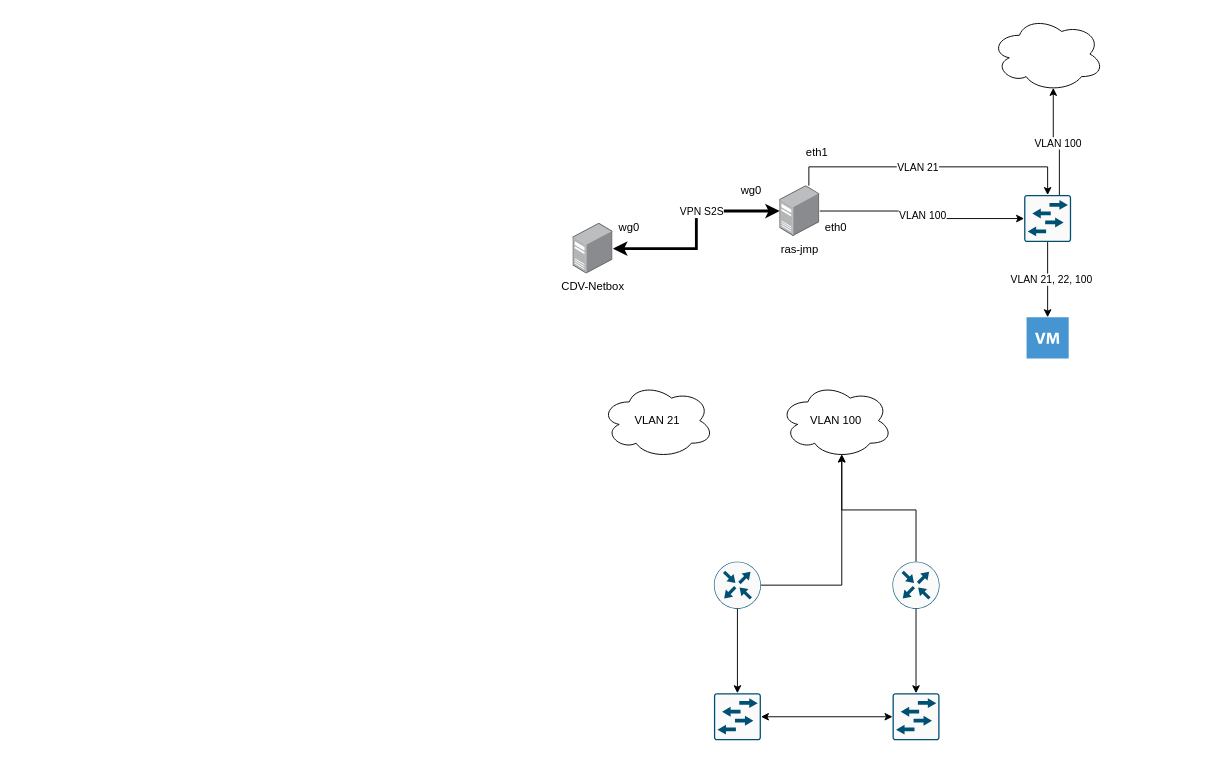
Above: page "Page-1" (1 of 2) of Untitled Diagram.drawio in CDV-inzynierka/diagramy (draw.io), before the change. Source tidied: cells renumbered, new cells numbered last; positions are measured from the earlier drawing's top-left corner, leaving out a move shared by most shapes. Both pictures are drawn from the tidied source at 94%, with x=0, y=0 at pixel (572, 16).
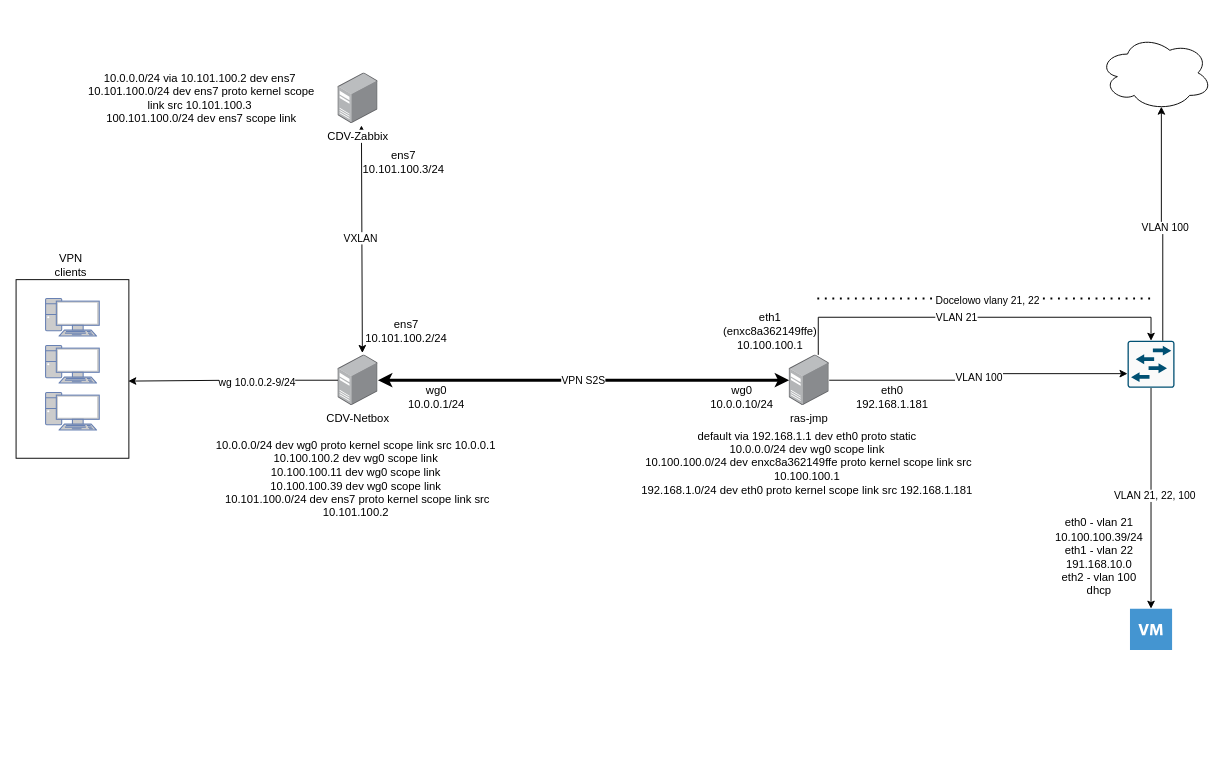
Above is the later version.

The change refers to these unchanged cells:
```xml
<mxCell id="2" style="edgeStyle=orthogonalEdgeStyle;rounded=0;jettySize=auto;html=1;startArrow=classic;startFill=1;strokeWidth=3;" parent="1" edge="1" source="4" target="7">
  <mxGeometry relative="1" as="geometry" />
</mxCell>
```

The edit, as a diff of the source:
```diff
@@
     <mxCell id="3" value="VPN S2S" style="edgeLabel;html=1;align=center;verticalAlign=middle;" parent="2" vertex="1">
-      <mxGeometry x="0.23" relative="1" as="geometry" />
+      <mxGeometry x="0.23" relative="1" as="geometry">
+        <mxPoint x="-51" as="offset" />
+      </mxGeometry>
     </mxCell>
     <mxCell id="4" value="CDV-Netbox" style="image;points=[];html=1;align=center;shadow=0;dashed=0;image=img/lib/allied_telesis/computer_and_terminals/Server_Desktop.svg;" parent="1" vertex="1">
-      <mxGeometry y="220" width="42.6" height="54" as="geometry" />
+      <mxGeometry x="-250" y="360" width="42.6" height="54" as="geometry" />
     </mxCell>
     <mxCell id="5" style="edgeStyle=orthogonalEdgeStyle;rounded=0;jettySize=auto;html=1;" parent="1" edge="1" source="7" target="10">
-      <mxGeometry relative="1" as="geometry" />
+      <mxGeometry relative="1" as="geometry">
+        <Array as="points">
+          <mxPoint x="431" y="387" />
+          <mxPoint x="431" y="380" />
+        </Array>
+      </mxGeometry>
     </mxCell>
@@
     <mxCell id="7" value="ras-jmp" style="image;points=[];html=1;align=center;shadow=0;dashed=0;image=img/lib/allied_telesis/computer_and_terminals/Server_Desktop.svg;" parent="1" vertex="1">
-      <mxGeometry x="220" y="180" width="42.6" height="54" as="geometry" />
+      <mxGeometry x="230" y="360" width="42.6" height="54" as="geometry" />
     </mxCell>
@@
     <mxCell id="10" style="sketch=0;points=[[0.015,0.015,0],[0.985,0.015,0],[0.985,0.985,0],[0.015,0.985,0],[0.25,0,0],[0.5,0,0],[0.75,0,0],[1,0.25,0],[1,0.5,0],[1,0.75,0],[0.75,1,0],[0.5,1,0],[0.25,1,0],[0,0.75,0],[0,0.5,0],[0,0.25,0]];verticalLabelPosition=bottom;html=1;verticalAlign=top;align=center;shape=mxgraph.cisco19.rect;prIcon=l2_switch;fillColor=#FAFAFA;strokeColor=#005073;" parent="1" vertex="1">
-      <mxGeometry x="480" y="190" width="50" height="50" as="geometry" />
+      <mxGeometry x="590" y="345" width="50" height="50" as="geometry" />
     </mxCell>
     <mxCell id="11" style="shadow=0;dashed=0;html=1;strokeColor=none;fillColor=#4495D1;labelPosition=center;verticalLabelPosition=bottom;verticalAlign=top;align=center;outlineConnect=0;shape=mxgraph.veeam.2d.virtual_machine;" parent="1" vertex="1">
-      <mxGeometry x="482.6" y="320" width="44.8" height="44" as="geometry" />
+      <mxGeometry x="592.6" y="630" width="44.8" height="44" as="geometry" />
     </mxCell>
-    <mxCell id="12" value="wg0" style="text;html=1;align=center;verticalAlign=middle;whiteSpace=wrap;rounded=0;" parent="1" vertex="1">
-      <mxGeometry x="30" y="210" width="60" height="30" as="geometry" />
+    <mxCell id="12" value="wg0&lt;div&gt;10.0.0.1/24&lt;/div&gt;" style="text;html=1;align=center;verticalAlign=middle;whiteSpace=wrap;rounded=0;" parent="1" vertex="1">
+      <mxGeometry x="-180" y="390" width="70" height="30" as="geometry" />
     </mxCell>
-    <mxCell id="13" value="wg0" style="text;html=1;align=center;verticalAlign=middle;whiteSpace=wrap;rounded=0;" parent="1" vertex="1">
-      <mxGeometry x="160" y="170" width="60" height="30" as="geometry" />
+    <mxCell id="13" value="wg0&lt;div&gt;10.0.0.10/24&lt;/div&gt;" style="text;html=1;align=center;verticalAlign=middle;whiteSpace=wrap;rounded=0;" parent="1" vertex="1">
+      <mxGeometry x="150" y="390" width="60" height="30" as="geometry" />
     </mxCell>
     <mxCell id="14" style="edgeStyle=orthogonalEdgeStyle;rounded=0;jettySize=auto;html=1;entryX=0.5;entryY=0;entryDx=0;entryDy=0;entryPerimeter=0;" parent="1" edge="1" source="7" target="10">
       <mxGeometry relative="1" as="geometry">
         <Array as="points">
-          <mxPoint x="251" y="160" />
-          <mxPoint x="505" y="160" />
+          <mxPoint x="261" y="320" />
+          <mxPoint x="615" y="320" />
         </Array>
       </mxGeometry>
     </mxCell>
@@
-    <mxCell id="16" value="eth0" style="text;html=1;align=center;verticalAlign=middle;whiteSpace=wrap;rounded=0;" parent="1" vertex="1">
-      <mxGeometry x="250" y="210" width="60" height="30" as="geometry" />
+    <mxCell id="16" value="eth0&lt;div&gt;192.168.1.181&lt;/div&gt;" style="text;html=1;align=center;verticalAlign=middle;whiteSpace=wrap;rounded=0;" parent="1" vertex="1">
+      <mxGeometry x="310" y="390" width="60" height="30" as="geometry" />
     </mxCell>
-    <mxCell id="17" value="eth1" style="text;html=1;align=center;verticalAlign=middle;whiteSpace=wrap;rounded=0;" parent="1" vertex="1">
-      <mxGeometry x="230" y="130" width="60" height="30" as="geometry" />
+    <mxCell id="17" value="eth1 (enxc8a362149ffe)&lt;div&gt;10.100.100.1&lt;/div&gt;" style="text;html=1;align=center;verticalAlign=middle;whiteSpace=wrap;rounded=0;" parent="1" vertex="1">
+      <mxGeometry x="180" y="320" width="60" height="30" as="geometry" />
     </mxCell>
     <mxCell id="18" style="ellipse;shape=cloud;whiteSpace=wrap;html=1;" parent="1" vertex="1">
-      <mxGeometry x="445" width="120" height="80" as="geometry" />
+      <mxGeometry x="560" y="20" width="120" height="80" as="geometry" />
     </mxCell>
@@
-    <mxCell id="21" style="sketch=0;points=[[0.5,0,0],[1,0.5,0],[0.5,1,0],[0,0.5,0],[0.145,0.145,0],[0.8555,0.145,0],[0.855,0.8555,0],[0.145,0.855,0]];verticalLabelPosition=bottom;html=1;verticalAlign=top;align=center;shape=mxgraph.cisco19.rect;prIcon=router;fillColor=#FAFAFA;strokeColor=#005073;" parent="1" vertex="1">
-      <mxGeometry x="150" y="580" width="50" height="50" as="geometry" />
-    </mxCell>
-    <mxCell id="22" style="edgeStyle=orthogonalEdgeStyle;rounded=0;jettySize=auto;html=1;startArrow=classic;startFill=1;" parent="1" edge="1" source="23" target="24">
-      <mxGeometry relative="1" as="geometry" />
-    </mxCell>
-    <mxCell id="23" style="sketch=0;points=[[0.015,0.015,0],[0.985,0.015,0],[0.985,0.985,0],[0.015,0.985,0],[0.25,0,0],[0.5,0,0],[0.75,0,0],[1,0.25,0],[1,0.5,0],[1,0.75,0],[0.75,1,0],[0.5,1,0],[0.25,1,0],[0,0.75,0],[0,0.5,0],[0,0.25,0]];verticalLabelPosition=bottom;html=1;verticalAlign=top;align=center;shape=mxgraph.cisco19.rect;prIcon=l2_switch;fillColor=#FAFAFA;strokeColor=#005073;" parent="1" vertex="1">
-      <mxGeometry x="150" y="720" width="50" height="50" as="geometry" />
-    </mxCell>
-    <mxCell id="24" style="sketch=0;points=[[0.015,0.015,0],[0.985,0.015,0],[0.985,0.985,0],[0.015,0.985,0],[0.25,0,0],[0.5,0,0],[0.75,0,0],[1,0.25,0],[1,0.5,0],[1,0.75,0],[0.75,1,0],[0.5,1,0],[0.25,1,0],[0,0.75,0],[0,0.5,0],[0,0.25,0]];verticalLabelPosition=bottom;html=1;verticalAlign=top;align=center;shape=mxgraph.cisco19.rect;prIcon=l2_switch;fillColor=#FAFAFA;strokeColor=#005073;" parent="1" vertex="1">
-      <mxGeometry x="340" y="720" width="50" height="50" as="geometry" />
-    </mxCell>
-    <mxCell id="25" style="edgeStyle=orthogonalEdgeStyle;rounded=0;jettySize=auto;html=1;entryX=0.5;entryY=0;entryDx=0;entryDy=0;entryPerimeter=0;" parent="1" edge="1" source="21" target="23">
-      <mxGeometry relative="1" as="geometry" />
-    </mxCell>
-    <mxCell id="26" style="sketch=0;points=[[0.5,0,0],[1,0.5,0],[0.5,1,0],[0,0.5,0],[0.145,0.145,0],[0.8555,0.145,0],[0.855,0.8555,0],[0.145,0.855,0]];verticalLabelPosition=bottom;html=1;verticalAlign=top;align=center;shape=mxgraph.cisco19.rect;prIcon=router;fillColor=#FAFAFA;strokeColor=#005073;" parent="1" vertex="1">
-      <mxGeometry x="340" y="580" width="50" height="50" as="geometry" />
-    </mxCell>
-    <mxCell id="27" style="edgeStyle=orthogonalEdgeStyle;rounded=0;jettySize=auto;html=1;entryX=0.5;entryY=0;entryDx=0;entryDy=0;entryPerimeter=0;" parent="1" edge="1" source="26" target="24">
-      <mxGeometry relative="1" as="geometry" />
-    </mxCell>
-    <mxCell id="28" value="VLAN 100" style="ellipse;shape=cloud;whiteSpace=wrap;html=1;" parent="1" vertex="1">
-      <mxGeometry x="220" y="390" width="120" height="80" as="geometry" />
-    </mxCell>
-    <mxCell id="29" style="edgeStyle=orthogonalEdgeStyle;rounded=0;jettySize=auto;html=1;entryX=0.55;entryY=0.95;entryDx=0;entryDy=0;entryPerimeter=0;" parent="1" edge="1" source="21" target="28">
-      <mxGeometry relative="1" as="geometry" />
-    </mxCell>
-    <mxCell id="30" style="edgeStyle=orthogonalEdgeStyle;rounded=0;jettySize=auto;html=1;entryX=0.55;entryY=0.95;entryDx=0;entryDy=0;entryPerimeter=0;" parent="1" edge="1" source="26" target="28">
-      <mxGeometry relative="1" as="geometry" />
-    </mxCell>
-    <mxCell id="31" value="VLAN 21" style="ellipse;shape=cloud;whiteSpace=wrap;html=1;" parent="1" vertex="1">
-      <mxGeometry x="30" y="390" width="120" height="80" as="geometry" />
-    </mxCell>
+    <mxCell id="32" style="endArrow=classic;startArrow=classic;html=1;rounded=0;exitX=0.61;exitY=-0.037;exitDx=0;exitDy=0;exitPerimeter=0;entryX=0.587;entryY=1.037;entryDx=0;entryDy=0;entryPerimeter=0;" parent="1" edge="1" source="4" target="34">
+      <mxGeometry relative="1" as="geometry" />
+    </mxCell>
+    <mxCell id="33" value="VXLAN" style="edgeLabel;html=1;align=center;verticalAlign=middle;" parent="32" vertex="1">
+      <mxGeometry x="0.02" y="2" relative="1" as="geometry" />
+    </mxCell>
+    <mxCell id="34" value="CDV-Zabbix" style="image;points=[];html=1;align=center;shadow=0;dashed=0;image=img/lib/allied_telesis/computer_and_terminals/Server_Desktop.svg;" parent="1" vertex="1">
+      <mxGeometry x="-250" y="60" width="42.6" height="54" as="geometry" />
+    </mxCell>
+    <mxCell id="35" value="ens7&lt;div&gt;10.101.100.2/24&lt;/div&gt;" style="text;html=1;align=center;verticalAlign=middle;whiteSpace=wrap;rounded=0;" parent="1" vertex="1">
+      <mxGeometry x="-207.4" y="320" width="60" height="30" as="geometry" />
+    </mxCell>
+    <mxCell id="36" value="ens7&lt;div&gt;10.101.100.3/24&lt;/div&gt;" style="text;html=1;align=center;verticalAlign=middle;whiteSpace=wrap;rounded=0;" parent="1" vertex="1">
+      <mxGeometry x="-210" y="140" width="60" height="30" as="geometry" />
+    </mxCell>
+    <mxCell id="37" style="fontColor=#0066CC;verticalAlign=top;verticalLabelPosition=bottom;labelPosition=center;align=center;html=1;fillColor=#CCCCCC;strokeColor=#6881B3;gradientColor=none;gradientDirection=north;strokeWidth=2;shape=mxgraph.networks.pc;" parent="1" vertex="1">
+      <mxGeometry x="-561" y="350" width="57.1" height="40" as="geometry" />
+    </mxCell>
+    <mxCell id="38" style="fontColor=#0066CC;verticalAlign=top;verticalLabelPosition=bottom;labelPosition=center;align=center;html=1;fillColor=#CCCCCC;strokeColor=#6881B3;gradientColor=none;gradientDirection=north;strokeWidth=2;shape=mxgraph.networks.pc;" parent="1" vertex="1">
+      <mxGeometry x="-561" y="400" width="57.1" height="40" as="geometry" />
+    </mxCell>
+    <mxCell id="39" style="fontColor=#0066CC;verticalAlign=top;verticalLabelPosition=bottom;labelPosition=center;align=center;html=1;fillColor=#CCCCCC;strokeColor=#6881B3;gradientColor=none;gradientDirection=north;strokeWidth=2;shape=mxgraph.networks.pc;" parent="1" vertex="1">
+      <mxGeometry x="-561" y="300" width="57.1" height="40" as="geometry" />
+    </mxCell>
+    <mxCell id="40" style="rounded=0;whiteSpace=wrap;html=1;fillColor=none;" parent="1" vertex="1">
+      <mxGeometry x="-592.4" y="280" width="120" height="190" as="geometry" />
+    </mxCell>
+    <mxCell id="41" style="edgeStyle=orthogonalEdgeStyle;rounded=0;orthogonalLoop=1;jettySize=auto;html=1;exitX=0.5;exitY=1;exitDx=0;exitDy=0;" parent="1" edge="1" source="40" target="40">
+      <mxGeometry relative="1" as="geometry" />
+    </mxCell>
+    <mxCell id="42" value="VPN clients" style="text;html=1;align=center;verticalAlign=middle;whiteSpace=wrap;rounded=0;" parent="1" vertex="1">
+      <mxGeometry x="-563.9" y="250" width="60" height="30" as="geometry" />
+    </mxCell>
+    <mxCell id="43" style="edgeStyle=orthogonalEdgeStyle;rounded=0;jettySize=auto;html=1;entryX=0.995;entryY=0.568;entryDx=0;entryDy=0;entryPerimeter=0;" parent="1" edge="1" source="4" target="40">
+      <mxGeometry relative="1" as="geometry" />
+    </mxCell>
+    <mxCell id="44" value="wg 10.0.0.2-9/24" style="edgeLabel;html=1;align=center;verticalAlign=middle;" parent="43" vertex="1">
+      <mxGeometry x="-0.22" y="2" relative="1" as="geometry" />
+    </mxCell>
+    <mxCell id="45" style="endArrow=none;dashed=1;html=1;dashPattern=1 3;strokeWidth=2;rounded=0;" parent="1" edge="1">
+      <mxGeometry relative="1" as="geometry">
+        <mxPoint x="260" y="300" as="sourcePoint" />
+        <mxPoint x="620" y="300" as="targetPoint" />
+      </mxGeometry>
+    </mxCell>
+    <mxCell id="46" value="Docelowo vlany 21, 22" style="edgeLabel;html=1;align=center;verticalAlign=middle;" parent="45" vertex="1">
+      <mxGeometry x="0.11" y="2" relative="1" as="geometry">
+        <mxPoint x="-20" y="3" as="offset" />
+      </mxGeometry>
+    </mxCell>
+    <mxCell id="47" value="eth0 - vlan 21&lt;div&gt;10.100.100.39/24&lt;br&gt;eth1 - vlan 22&lt;/div&gt;&lt;div&gt;191.168.10.0&lt;/div&gt;&lt;div&gt;eth2 - vlan 100&lt;/div&gt;&lt;div&gt;dhcp&lt;/div&gt;" style="text;html=1;align=center;verticalAlign=middle;whiteSpace=wrap;rounded=0;" parent="1" vertex="1">
+      <mxGeometry x="510" y="520" width="100" height="110" as="geometry" />
+    </mxCell>
+    <mxCell id="48" value="&lt;div&gt;&lt;span style=&quot;background-color: transparent; color: light-dark(rgb(0, 0, 0), rgb(255, 255, 255));&quot;&gt;&amp;nbsp;&lt;/span&gt;&lt;/div&gt;&lt;div&gt;10.0.0.0/24 dev wg0 proto kernel scope link src 10.0.0.1&amp;nbsp;&lt;/div&gt;&lt;div&gt;10.100.100.2 dev wg0 scope link&amp;nbsp;&lt;/div&gt;&lt;div&gt;10.100.100.11 dev wg0 scope link&amp;nbsp;&lt;/div&gt;&lt;div&gt;10.100.100.39 dev wg0 scope link&amp;nbsp;&lt;/div&gt;&lt;div&gt;10.101.100.0/24 dev ens7 proto kernel scope link src 10.101.100.2&amp;nbsp;&lt;/div&gt;" style="text;html=1;align=center;verticalAlign=middle;whiteSpace=wrap;rounded=0;" parent="1" vertex="1">
+      <mxGeometry x="-393.7" y="470" width="330" height="30" as="geometry" />
+    </mxCell>
+    <mxCell id="49" value="&lt;div&gt;10.0.0.0/24 via 10.101.100.2 dev ens7&amp;nbsp;&lt;/div&gt;&lt;div&gt;10.101.100.0/24 dev ens7 proto kernel scope link src 10.101.100.3&amp;nbsp;&lt;/div&gt;&lt;div&gt;100.101.100.0/24 dev ens7 scope link&lt;/div&gt;" style="text;html=1;align=center;verticalAlign=middle;whiteSpace=wrap;rounded=0;" parent="1" vertex="1">
+      <mxGeometry x="-520" y="72" width="250" height="30" as="geometry" />
+    </mxCell>
+    <mxCell id="50" value="&lt;div&gt;default via 192.168.1.1 dev eth0 proto static&amp;nbsp;&lt;/div&gt;&lt;div&gt;10.0.0.0/24 dev wg0 scope link&amp;nbsp;&lt;/div&gt;&lt;div&gt;10.100.100.0/24 dev enxc8a362149ffe proto kernel scope link src 10.100.100.1&amp;nbsp;&lt;/div&gt;&lt;div&gt;192.168.1.0/24 dev eth0 proto kernel scope link src 192.168.1.181&amp;nbsp;&lt;/div&gt;" style="text;html=1;align=center;verticalAlign=middle;whiteSpace=wrap;rounded=0;" parent="1" vertex="1">
+      <mxGeometry x="56.3" y="460" width="390" height="30" as="geometry" />
+    </mxCell>
```
